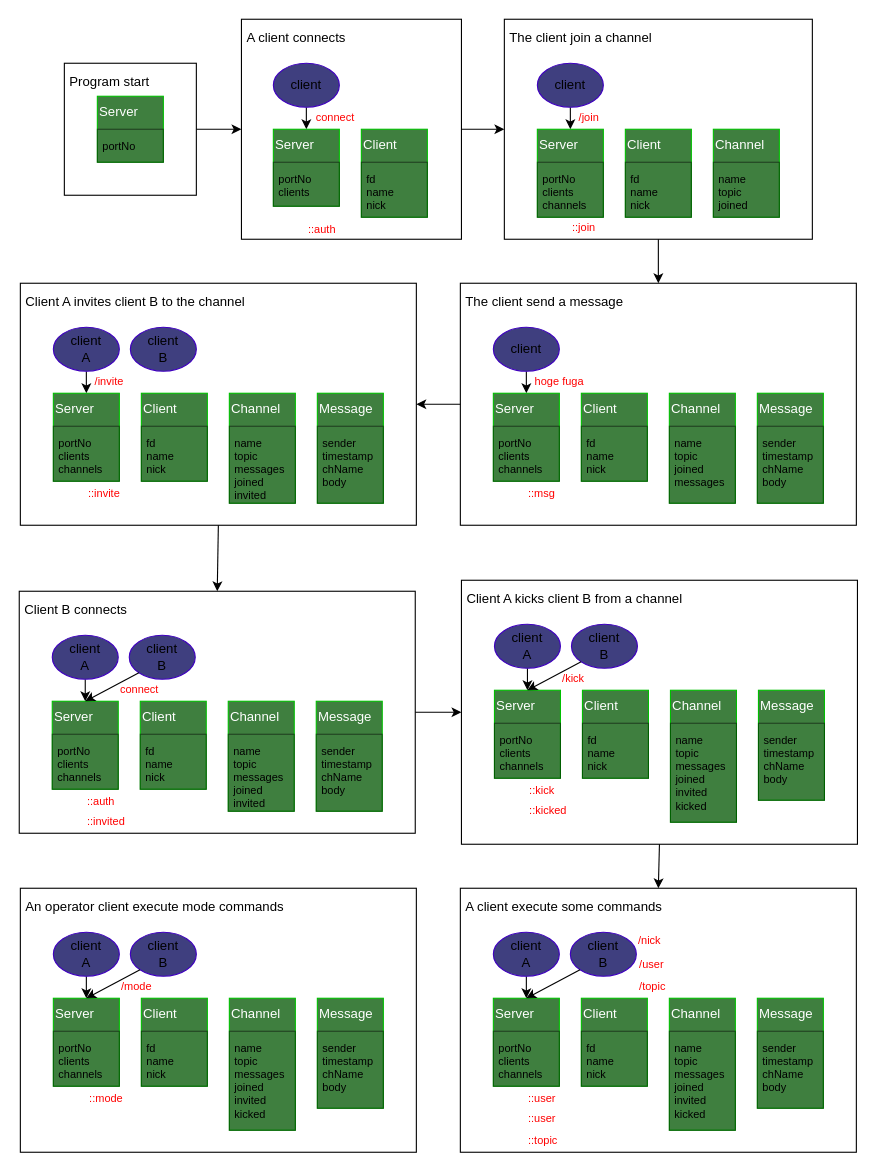
Earlier version of the draw.io diagram page "Transition" (6 of 6) of design/irc_design.drawio (yunixuma/myIRC). Source tidied: cells renumbered, new cells numbered last; positions are measured from the earlier drawing's top-left corner, leaving out a move shared by most shapes. Both pictures are drawn from the tidied source at 110%, with x=0, y=0 at pixel (19, 19).
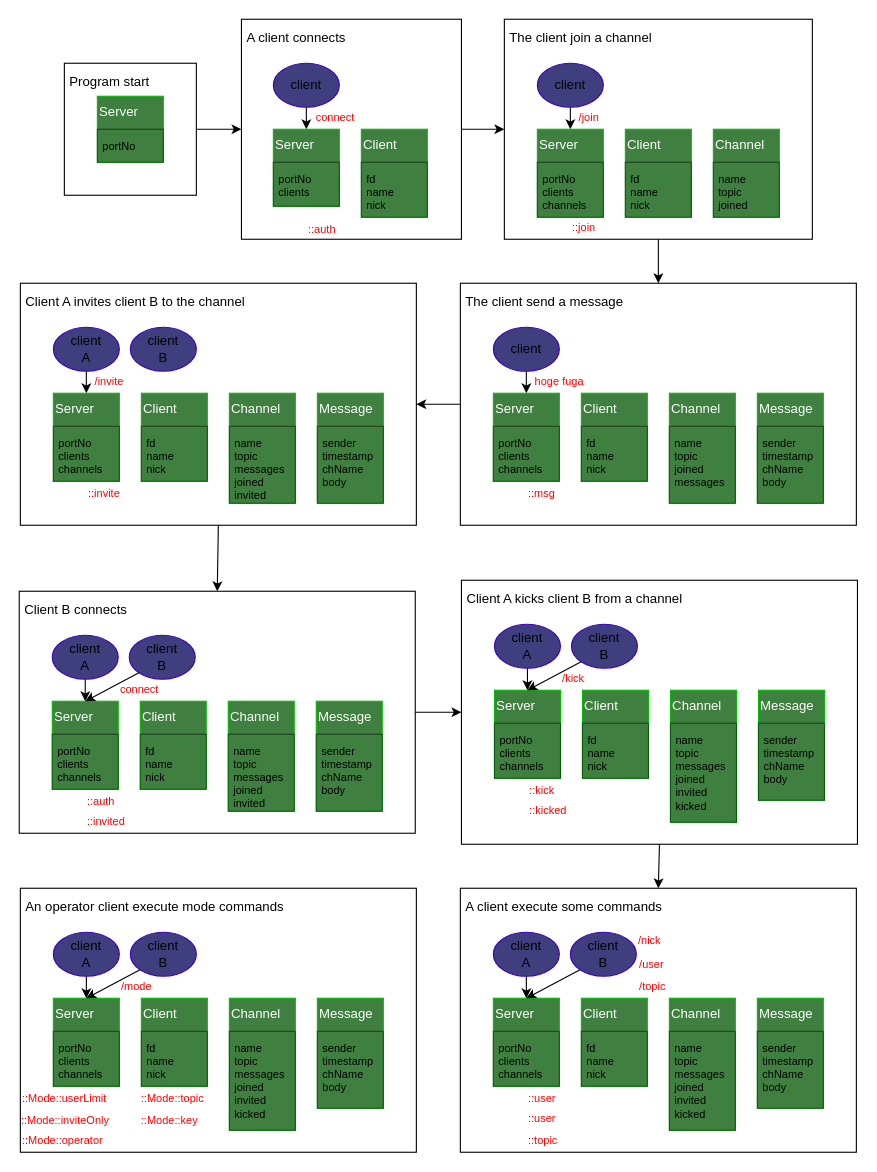
The same page after the edit.

Commit message:
Update a diagram of transisions

What changed in the source:
```diff
@@
-    <mxCell id="119" value="::mode" style="rounded=0;whiteSpace=wrap;html=1;fillColor=none;strokeColor=none;fontSize=10;fontColor=#FF0000;align=left;" parent="1" vertex="1">
-      <mxGeometry x="62" y="970" width="40" height="22" as="geometry" />
+    <mxCell id="119" value="::Mode::userLimit" style="rounded=0;whiteSpace=wrap;html=1;fillColor=none;strokeColor=none;fontSize=10;fontColor=#FF0000;align=left;" parent="1" vertex="1">
+      <mxGeometry x="1" y="970" width="80" height="22" as="geometry" />
     </mxCell>
@@
+    <mxCell id="125" value="::Mode::operator" style="rounded=0;whiteSpace=wrap;html=1;fillColor=none;strokeColor=none;fontSize=10;fontColor=#FF0000;align=left;" parent="1" vertex="1">
+      <mxGeometry x="1" y="1008" width="80" height="22" as="geometry" />
+    </mxCell>
+    <mxCell id="126" value="::Mode::key" style="rounded=0;whiteSpace=wrap;html=1;fillColor=none;strokeColor=none;fontSize=10;fontColor=#FF0000;align=left;" parent="1" vertex="1">
+      <mxGeometry x="109" y="990" width="80" height="22" as="geometry" />
+    </mxCell>
+    <mxCell id="127" value="::Mode::topic" style="rounded=0;whiteSpace=wrap;html=1;fillColor=none;strokeColor=none;fontSize=10;fontColor=#FF0000;align=left;" parent="1" vertex="1">
+      <mxGeometry x="109" y="970" width="80" height="22" as="geometry" />
+    </mxCell>
+    <mxCell id="128" value="::Mode::inviteOnly" style="rounded=0;whiteSpace=wrap;html=1;fillColor=none;strokeColor=none;fontSize=10;fontColor=#FF0000;align=left;" parent="1" vertex="1">
+      <mxGeometry y="990" width="80" height="22" as="geometry" />
+    </mxCell>
```
